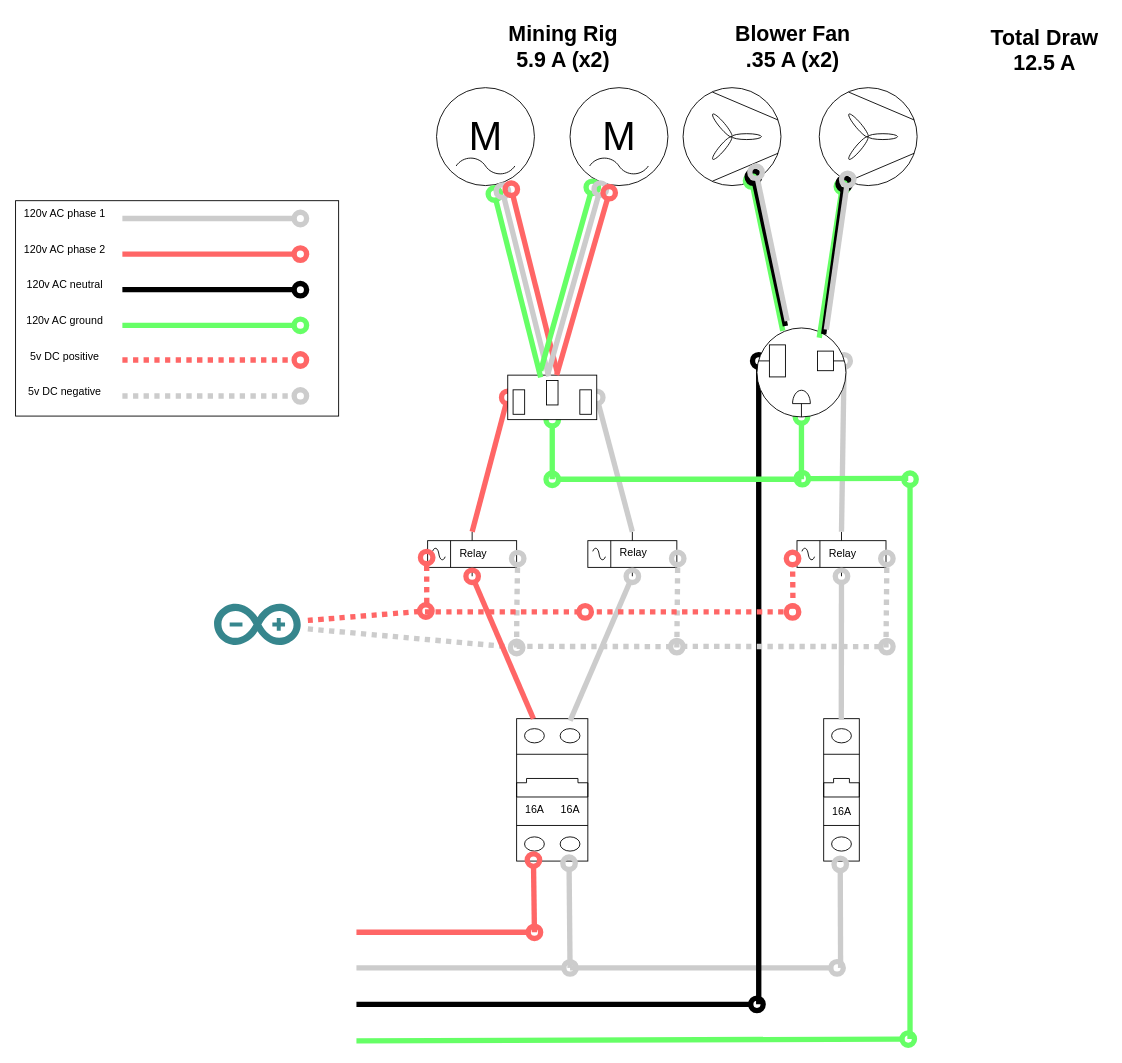
Above: white-board.drawio in sjfcodes/draw-io (draw.io), before the change. Source tidied: cells renumbered, new cells numbered last; positions are measured from the earlier drawing's top-left corner, leaving out a move shared by most shapes. Both pictures are drawn from the tidied source at 89%, with x=0, y=0 at pixel (15, 15).
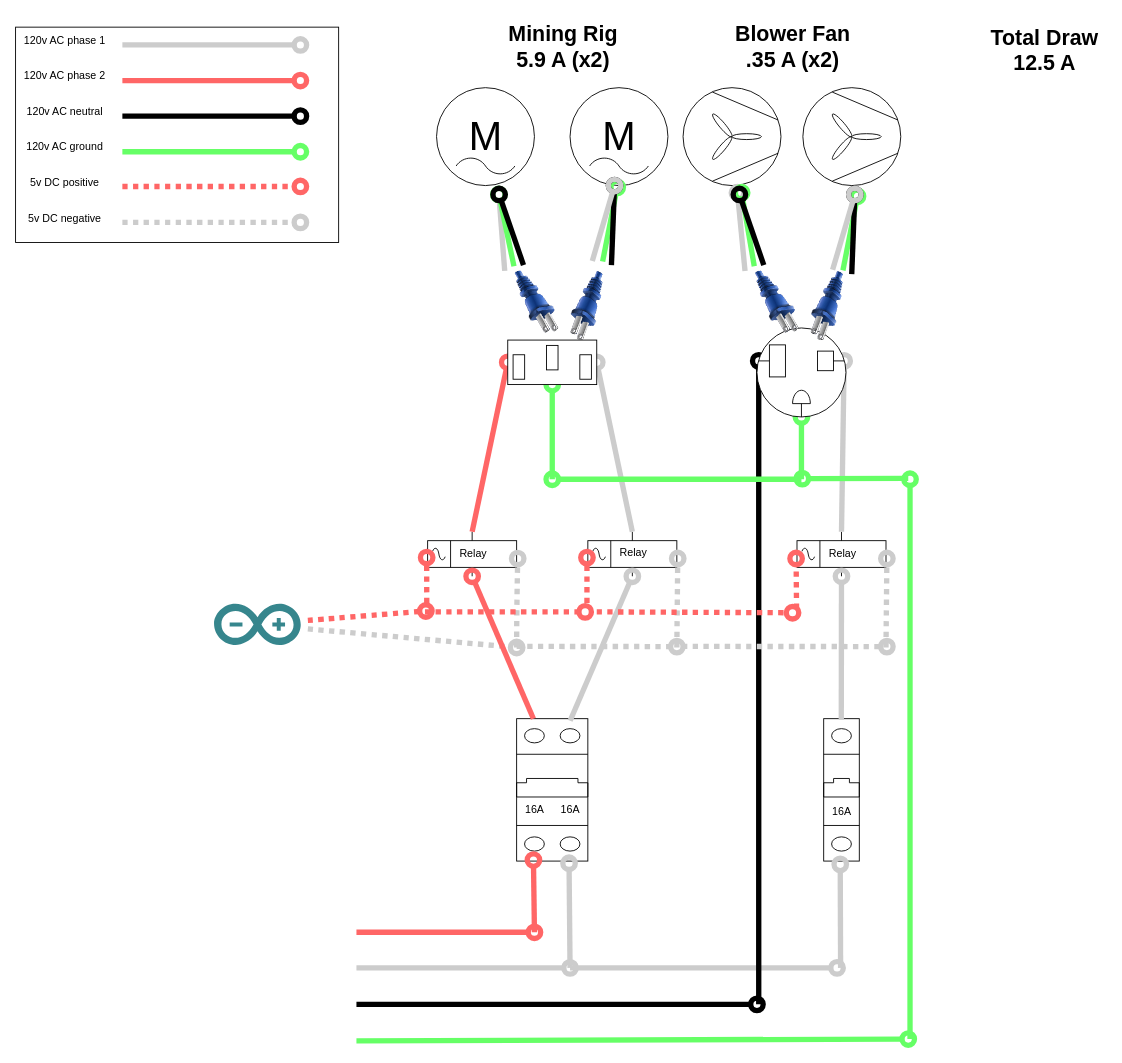
After the change.

The change refers to these unchanged cells:
```xml
<mxCell id="16" style="verticalLabelPosition=bottom;outlineConnect=0;align=center;dashed=0;html=1;verticalAlign=top;shape=mxgraph.pid2misc.fan;fanType=common;" parent="1" vertex="1">
  <mxGeometry x="750" y="81" width="110" height="110" as="geometry" />
</mxCell>
```

What changed in the source:
```diff
@@
     <mxCell id="2" style="rounded=0;whiteSpace=wrap;html=1;" parent="1" vertex="1">
-      <mxGeometry y="208" width="363" height="242" as="geometry" />
+      <mxGeometry y="13" width="363" height="242" as="geometry" />
     </mxCell>
     <mxCell id="3" style="edgeStyle=none;orthogonalLoop=1;jettySize=auto;html=1;rounded=0;endArrow=oval;startSize=14;endSize=14;sourcePerimeterSpacing=8;targetPerimeterSpacing=8;curved=1;strokeWidth=6;endFill=0;strokeColor=#000000;fillColor=#f5f5f5;" parent="1" edge="1">
       <mxGeometry relative="1" as="geometry">
-        <mxPoint x="120" y="308" as="sourcePoint" />
-        <mxPoint x="320" y="308" as="targetPoint" />
+        <mxPoint x="120" y="113" as="sourcePoint" />
+        <mxPoint x="320" y="113" as="targetPoint" />
       </mxGeometry>
     </mxCell>
     <mxCell id="4" style="edgeStyle=none;orthogonalLoop=1;jettySize=auto;html=1;rounded=0;endArrow=oval;startSize=14;endSize=14;sourcePerimeterSpacing=8;targetPerimeterSpacing=8;curved=1;strokeWidth=6;endFill=0;strokeColor=#FF6666;fillColor=#f5f5f5;" parent="1" edge="1">
       <mxGeometry relative="1" as="geometry">
-        <mxPoint x="120" y="268" as="sourcePoint" />
-        <mxPoint x="320" y="268" as="targetPoint" />
+        <mxPoint x="120" y="73" as="sourcePoint" />
+        <mxPoint x="320" y="73" as="targetPoint" />
       </mxGeometry>
     </mxCell>
     <mxCell id="5" style="edgeStyle=none;orthogonalLoop=1;jettySize=auto;html=1;rounded=0;endArrow=oval;startSize=14;endSize=14;sourcePerimeterSpacing=8;targetPerimeterSpacing=8;curved=1;strokeWidth=6;endFill=0;strokeColor=#66FF66;fillColor=#f5f5f5;" parent="1" edge="1">
       <mxGeometry relative="1" as="geometry">
-        <mxPoint x="120" y="348" as="sourcePoint" />
-        <mxPoint x="320" y="348" as="targetPoint" />
+        <mxPoint x="120" y="153" as="sourcePoint" />
+        <mxPoint x="320" y="153" as="targetPoint" />
       </mxGeometry>
     </mxCell>
@@
     <mxCell id="9" style="edgeStyle=none;orthogonalLoop=1;jettySize=auto;html=1;rounded=0;endArrow=oval;startSize=14;endSize=14;sourcePerimeterSpacing=8;targetPerimeterSpacing=8;curved=1;strokeWidth=6;endFill=0;fillColor=none;strokeColor=#CCCCCC;shadow=0;" parent="1" edge="1">
       <mxGeometry relative="1" as="geometry">
-        <mxPoint x="120" y="228" as="sourcePoint" />
-        <mxPoint x="320" y="228" as="targetPoint" />
+        <mxPoint x="120" y="33" as="sourcePoint" />
+        <mxPoint x="320" y="33" as="targetPoint" />
       </mxGeometry>
     </mxCell>
@@
     <mxCell id="17" style="edgeStyle=none;orthogonalLoop=1;jettySize=auto;html=1;rounded=0;endArrow=oval;startSize=14;endSize=14;sourcePerimeterSpacing=8;targetPerimeterSpacing=8;curved=1;strokeWidth=6;endFill=0;strokeColor=#FF6666;fillColor=#f5f5f5;dashed=1;dashPattern=1 1;" parent="1" edge="1">
       <mxGeometry relative="1" as="geometry">
-        <mxPoint x="120" y="387" as="sourcePoint" />
-        <mxPoint x="320" y="387" as="targetPoint" />
+        <mxPoint x="120" y="192" as="sourcePoint" />
+        <mxPoint x="320" y="192" as="targetPoint" />
       </mxGeometry>
     </mxCell>
@@
     <mxCell id="19" value="120v AC phase 1" style="text;html=1;align=center;verticalAlign=middle;strokeColor=none;fillColor=none;" parent="1" vertex="1">
-      <mxGeometry y="208" width="110" height="30" as="geometry" />
+      <mxGeometry y="13" width="110" height="30" as="geometry" />
     </mxCell>
     <mxCell id="20" value="120v AC phase 2" style="text;html=1;align=center;verticalAlign=middle;strokeColor=none;fillColor=none;" parent="1" vertex="1">
-      <mxGeometry y="248" width="110" height="30" as="geometry" />
+      <mxGeometry y="53" width="110" height="30" as="geometry" />
     </mxCell>
     <mxCell id="21" value="120v AC neutral" style="text;html=1;align=center;verticalAlign=middle;strokeColor=none;fillColor=none;" parent="1" vertex="1">
-      <mxGeometry y="288" width="110" height="30" as="geometry" />
+      <mxGeometry y="93" width="110" height="30" as="geometry" />
     </mxCell>
     <mxCell id="22" value="120v AC ground" style="text;html=1;align=center;verticalAlign=middle;strokeColor=none;fillColor=none;" parent="1" vertex="1">
-      <mxGeometry y="328" width="110" height="30" as="geometry" />
+      <mxGeometry y="133" width="110" height="30" as="geometry" />
     </mxCell>
     <mxCell id="23" value="5v DC positive" style="text;html=1;align=center;verticalAlign=middle;strokeColor=none;fillColor=none;" parent="1" vertex="1">
-      <mxGeometry x="5" y="368" width="100" height="30" as="geometry" />
+      <mxGeometry x="5" y="173" width="100" height="30" as="geometry" />
     </mxCell>
     <mxCell id="24" value="5v DC negative" style="text;html=1;align=center;verticalAlign=middle;strokeColor=none;fillColor=none;" parent="1" vertex="1">
-      <mxGeometry y="408" width="110" height="30" as="geometry" />
+      <mxGeometry y="213" width="110" height="30" as="geometry" />
     </mxCell>
@@
     <mxCell id="34" style="edgeStyle=none;orthogonalLoop=1;jettySize=auto;html=1;rounded=0;endArrow=oval;startSize=14;endSize=14;sourcePerimeterSpacing=8;targetPerimeterSpacing=8;curved=1;strokeWidth=6;endFill=0;strokeColor=#CCCCCC;fillColor=#f5f5f5;dashed=1;dashPattern=1 1;" parent="1" edge="1">
       <mxGeometry relative="1" as="geometry">
-        <mxPoint x="120" y="427.4" as="sourcePoint" />
-        <mxPoint x="320" y="427.4" as="targetPoint" />
+        <mxPoint x="120" y="232.4" as="sourcePoint" />
+        <mxPoint x="320" y="232.4" as="targetPoint" />
       </mxGeometry>
     </mxCell>
@@
     <mxCell id="46" style="edgeStyle=none;orthogonalLoop=1;jettySize=auto;html=1;rounded=0;endArrow=oval;startSize=14;endSize=14;sourcePerimeterSpacing=8;targetPerimeterSpacing=8;curved=1;strokeWidth=6;endFill=0;strokeColor=#FF6666;fillColor=#f5f5f5;dashed=1;dashPattern=1 1;" parent="1" edge="1">
       <mxGeometry relative="1" as="geometry">
         <mxPoint x="653" y="670" as="sourcePoint" />
-        <mxPoint x="873" y="670" as="targetPoint" />
+        <mxPoint x="873" y="671" as="targetPoint" />
       </mxGeometry>
     </mxCell>
     <mxCell id="47" style="edgeStyle=none;orthogonalLoop=1;jettySize=auto;html=1;rounded=0;endArrow=oval;startSize=14;endSize=14;sourcePerimeterSpacing=8;targetPerimeterSpacing=8;curved=1;strokeWidth=6;endFill=0;strokeColor=#FF6666;fillColor=#f5f5f5;dashed=1;entryX=-0.035;entryY=0.673;entryDx=0;entryDy=0;entryPerimeter=0;dashPattern=1 1;" parent="1" edge="1">
       <mxGeometry relative="1" as="geometry">
-        <mxPoint x="873.5" y="666.4" as="sourcePoint" />
-        <mxPoint x="873" y="610" as="targetPoint" />
+        <mxPoint x="877.5" y="666.4" as="sourcePoint" />
+        <mxPoint x="877" y="610" as="targetPoint" />
       </mxGeometry>
     </mxCell>
@@
     <mxCell id="59" style="verticalLabelPosition=bottom;shadow=0;dashed=0;align=center;html=1;verticalAlign=top;shape=mxgraph.electrical.miscellaneous.ac_out;" parent="1" vertex="1">
-      <mxGeometry x="553" y="404" width="100" height="50" as="geometry" />
+      <mxGeometry x="553" y="364.6" width="100" height="50" as="geometry" />
     </mxCell>
@@
     <mxCell id="62" style="verticalLabelPosition=bottom;align=center;dashed=0;html=1;verticalAlign=top;shape=mxgraph.pid2misc.fan;fanType=common;" parent="1" vertex="1">
-      <mxGeometry x="903" y="81" width="110" height="110" as="geometry" />
+      <mxGeometry x="884.6" y="81" width="110" height="110" as="geometry" />
     </mxCell>
-    <mxCell id="63" style="group;rotation=-120;" parent="1" vertex="1">
-      <mxGeometry x="863" y="281" width="49" height="25.8" as="geometry" />
-    </mxCell>
-    <mxCell id="64" style="edgeStyle=none;orthogonalLoop=1;jettySize=auto;html=1;rounded=0;endArrow=oval;startSize=14;endSize=14;sourcePerimeterSpacing=8;targetPerimeterSpacing=8;curved=1;strokeWidth=6;endFill=0;strokeColor=#66FF66;fillColor=#f5f5f5;" parent="63" edge="1">
-      <mxGeometry relative="1" as="geometry">
-        <mxPoint x="-1" y="73.3" as="sourcePoint" />
-        <mxPoint x="-36" y="-95.3" as="targetPoint" />
-      </mxGeometry>
-    </mxCell>
-    <mxCell id="65" style="edgeStyle=none;orthogonalLoop=1;jettySize=auto;html=1;rounded=0;endArrow=oval;startSize=14;endSize=14;sourcePerimeterSpacing=8;targetPerimeterSpacing=8;curved=1;strokeWidth=6;endFill=0;strokeColor=#000000;fillColor=#f5f5f5;" parent="63" edge="1">
-      <mxGeometry relative="1" as="geometry">
-        <mxPoint x="2" y="67.8" as="sourcePoint" />
-        <mxPoint x="-34" y="-99.5" as="targetPoint" />
-      </mxGeometry>
-    </mxCell>
-    <mxCell id="66" style="edgeStyle=none;orthogonalLoop=1;jettySize=auto;html=1;rounded=0;endArrow=oval;startSize=14;endSize=14;sourcePerimeterSpacing=8;targetPerimeterSpacing=8;curved=1;strokeWidth=6;endFill=0;fillColor=none;strokeColor=#CCCCCC;shadow=0;" parent="63" edge="1">
-      <mxGeometry relative="1" as="geometry">
-        <mxPoint x="4" y="62.2" as="sourcePoint" />
-        <mxPoint x="-31" y="-105" as="targetPoint" />
-      </mxGeometry>
-    </mxCell>
-    <mxCell id="67" style="group;rotation=-100;" parent="1" vertex="1">
-      <mxGeometry x="923" y="301" width="49" height="25.8" as="geometry" />
-    </mxCell>
-    <mxCell id="68" style="edgeStyle=none;orthogonalLoop=1;jettySize=auto;html=1;rounded=0;endArrow=oval;startSize=14;endSize=14;sourcePerimeterSpacing=8;targetPerimeterSpacing=8;curved=1;strokeWidth=6;endFill=0;strokeColor=#66FF66;fillColor=#f5f5f5;" parent="67" edge="1">
-      <mxGeometry relative="1" as="geometry">
-        <mxPoint x="-20" y="61" as="sourcePoint" />
-        <mxPoint x="6" y="-109" as="targetPoint" />
-      </mxGeometry>
-    </mxCell>
-    <mxCell id="69" style="edgeStyle=none;orthogonalLoop=1;jettySize=auto;html=1;rounded=0;endArrow=oval;startSize=14;endSize=14;sourcePerimeterSpacing=8;targetPerimeterSpacing=8;curved=1;strokeWidth=6;endFill=0;strokeColor=#000000;fillColor=#f5f5f5;" parent="67" edge="1">
-      <mxGeometry relative="1" as="geometry">
-        <mxPoint x="-15" y="57" as="sourcePoint" />
-        <mxPoint x="8" y="-112" as="targetPoint" />
-      </mxGeometry>
-    </mxCell>
-    <mxCell id="70" style="edgeStyle=none;orthogonalLoop=1;jettySize=auto;html=1;rounded=0;endArrow=oval;startSize=14;endSize=14;sourcePerimeterSpacing=8;targetPerimeterSpacing=8;curved=1;strokeWidth=6;endFill=0;fillColor=none;strokeColor=#CCCCCC;shadow=0;" parent="67" edge="1">
-      <mxGeometry relative="1" as="geometry">
-        <mxPoint x="-12" y="52" as="sourcePoint" />
-        <mxPoint x="12" y="-117" as="targetPoint" />
-      </mxGeometry>
-    </mxCell>
-    <mxCell id="71" style="group;rotation=-105;" parent="1" vertex="1">
-      <mxGeometry x="473" y="288" width="200" height="20.4" as="geometry" />
-    </mxCell>
-    <mxCell id="72" style="edgeStyle=none;orthogonalLoop=1;jettySize=auto;html=1;rounded=0;endArrow=oval;startSize=14;endSize=14;sourcePerimeterSpacing=8;targetPerimeterSpacing=8;curved=1;strokeWidth=6;endFill=0;strokeColor=#66FF66;fillColor=#f5f5f5;" parent="71" edge="1">
-      <mxGeometry relative="1" as="geometry">
-        <mxPoint x="117" y="118.5" as="sourcePoint" />
-        <mxPoint x="65" y="-87.5" as="targetPoint" />
-      </mxGeometry>
-    </mxCell>
-    <mxCell id="73" style="edgeStyle=none;orthogonalLoop=1;jettySize=auto;html=1;rounded=0;endArrow=oval;startSize=14;endSize=14;sourcePerimeterSpacing=8;targetPerimeterSpacing=8;curved=1;strokeWidth=6;endFill=0;fillColor=none;strokeColor=#CCCCCC;shadow=0;" parent="71" edge="1">
-      <mxGeometry relative="1" as="geometry">
-        <mxPoint x="126" y="117.4" as="sourcePoint" />
-        <mxPoint x="74" y="-90.7" as="targetPoint" />
-      </mxGeometry>
-    </mxCell>
-    <mxCell id="74" style="edgeStyle=none;orthogonalLoop=1;jettySize=auto;html=1;rounded=0;endArrow=oval;startSize=14;endSize=14;sourcePerimeterSpacing=8;targetPerimeterSpacing=8;curved=1;strokeWidth=6;endFill=0;strokeColor=#FF6666;fillColor=#f5f5f5;" parent="71" edge="1">
-      <mxGeometry relative="1" as="geometry">
-        <mxPoint x="136" y="114.2" as="sourcePoint" />
-        <mxPoint x="84" y="-92.9" as="targetPoint" />
-      </mxGeometry>
-    </mxCell>
-    <mxCell id="75" style="group;rotation=-75;" parent="1" vertex="1">
-      <mxGeometry x="529" y="286" width="200" height="20.4" as="geometry" />
-    </mxCell>
-    <mxCell id="76" style="edgeStyle=none;orthogonalLoop=1;jettySize=auto;html=1;rounded=0;endArrow=oval;startSize=14;endSize=14;sourcePerimeterSpacing=8;targetPerimeterSpacing=8;curved=1;strokeWidth=6;endFill=0;strokeColor=#66FF66;fillColor=#f5f5f5;" parent="75" edge="1">
-      <mxGeometry relative="1" as="geometry">
-        <mxPoint x="61" y="113" as="sourcePoint" />
-        <mxPoint x="119" y="-93" as="targetPoint" />
-      </mxGeometry>
-    </mxCell>
-    <mxCell id="77" style="edgeStyle=none;orthogonalLoop=1;jettySize=auto;html=1;rounded=0;endArrow=oval;startSize=14;endSize=14;sourcePerimeterSpacing=8;targetPerimeterSpacing=8;curved=1;strokeWidth=6;endFill=0;fillColor=none;strokeColor=#CCCCCC;shadow=0;" parent="75" edge="1">
-      <mxGeometry relative="1" as="geometry">
-        <mxPoint x="69" y="117" as="sourcePoint" />
-        <mxPoint x="128" y="-91" as="targetPoint" />
-      </mxGeometry>
-    </mxCell>
-    <mxCell id="78" style="edgeStyle=none;orthogonalLoop=1;jettySize=auto;html=1;rounded=0;endArrow=oval;startSize=14;endSize=14;sourcePerimeterSpacing=8;targetPerimeterSpacing=8;curved=1;strokeWidth=6;endFill=0;strokeColor=#FF6666;fillColor=#f5f5f5;" parent="75" edge="1">
-      <mxGeometry relative="1" as="geometry">
-        <mxPoint x="79" y="118" as="sourcePoint" />
-        <mxPoint x="138" y="-87" as="targetPoint" />
-      </mxGeometry>
-    </mxCell>
@@
+    <mxCell id="83" style="group;" parent="1" vertex="1">
+      <mxGeometry x="813" y="201" width="80" height="160" as="geometry" />
+    </mxCell>
+    <mxCell id="84" style="edgeStyle=none;jettySize=auto;html=1;rounded=0;endArrow=oval;startSize=14;endSize=14;sourcePerimeterSpacing=8;targetPerimeterSpacing=8;curved=1;strokeWidth=6;endFill=0;fillColor=none;strokeColor=#CCCCCC;shadow=0;exitX=0.011;exitY=0.818;exitDx=0;exitDy=0;exitPerimeter=0;" parent="83" edge="1" target="16">
+      <mxGeometry relative="1" as="geometry">
+        <mxPoint x="6.6" y="85.9" as="sourcePoint" />
+      </mxGeometry>
+    </mxCell>
+    <mxCell id="85" style="edgeStyle=none;jettySize=auto;html=1;rounded=0;endArrow=oval;startSize=14;endSize=14;sourcePerimeterSpacing=8;targetPerimeterSpacing=8;curved=1;strokeWidth=6;endFill=0;strokeColor=#66FF66;fillColor=#f5f5f5;exitX=-0.023;exitY=0.507;exitDx=0;exitDy=0;exitPerimeter=0;" parent="83" edge="1" target="16">
+      <mxGeometry relative="1" as="geometry">
+        <mxPoint x="17" y="80.7" as="sourcePoint" />
+      </mxGeometry>
+    </mxCell>
+    <mxCell id="86" style="edgeStyle=none;orthogonalLoop=1;jettySize=auto;html=1;rounded=0;endArrow=oval;startSize=14;endSize=14;sourcePerimeterSpacing=8;targetPerimeterSpacing=8;curved=1;strokeWidth=6;endFill=0;strokeColor=#000000;fillColor=#f5f5f5;exitX=-0.002;exitY=0.215;exitDx=0;exitDy=0;exitPerimeter=0;" parent="83" edge="1">
+      <mxGeometry relative="1" as="geometry">
+        <mxPoint x="27.7" y="79.3" as="sourcePoint" />
+        <mxPoint x="0.3" as="targetPoint" />
+      </mxGeometry>
+    </mxCell>
+    <mxCell id="87" style="image;html=1;image=img/lib/clip_art/general/Plug_128x128.png;rotation=-210;" parent="83" vertex="1">
+      <mxGeometry y="80" width="80" height="80" as="geometry" />
+    </mxCell>
+    <mxCell id="88" style="group;rotation=30;" parent="1" vertex="1">
+      <mxGeometry x="913" y="211" width="53.1" height="153.6" as="geometry" />
+    </mxCell>
+    <mxCell id="89" style="edgeStyle=none;orthogonalLoop=1;jettySize=auto;html=1;rounded=0;endArrow=oval;startSize=14;endSize=14;sourcePerimeterSpacing=8;targetPerimeterSpacing=8;curved=1;strokeWidth=6;endFill=0;strokeColor=#66FF66;fillColor=#f5f5f5;exitX=-0.023;exitY=0.507;exitDx=0;exitDy=0;exitPerimeter=0;" parent="88" edge="1">
+      <mxGeometry relative="1" as="geometry">
+        <mxPoint x="16.6" y="75.3" as="sourcePoint" />
+        <mxPoint x="33" y="-8" as="targetPoint" />
+      </mxGeometry>
+    </mxCell>
+    <mxCell id="90" style="edgeStyle=none;orthogonalLoop=1;jettySize=auto;html=1;rounded=0;endArrow=oval;startSize=14;endSize=14;sourcePerimeterSpacing=8;targetPerimeterSpacing=8;curved=1;strokeWidth=6;endFill=0;strokeColor=#000000;fillColor=#f5f5f5;exitX=-0.002;exitY=0.215;exitDx=0;exitDy=0;exitPerimeter=0;" parent="88" edge="1">
+      <mxGeometry relative="1" as="geometry">
+        <mxPoint x="26.5" y="79.5" as="sourcePoint" />
+        <mxPoint x="30" y="-10" as="targetPoint" />
+      </mxGeometry>
+    </mxCell>
+    <mxCell id="91" style="image;html=1;image=img/lib/clip_art/general/Plug_128x128.png;rotation=-160;" parent="88" vertex="1">
+      <mxGeometry x="-40" y="73.6" width="80" height="80" as="geometry" />
+    </mxCell>
+    <mxCell id="92" style="edgeStyle=none;orthogonalLoop=1;jettySize=auto;html=1;rounded=0;endArrow=oval;startSize=14;endSize=14;sourcePerimeterSpacing=8;targetPerimeterSpacing=8;curved=1;strokeWidth=6;endFill=0;fillColor=none;strokeColor=#CCCCCC;shadow=0;exitX=0.011;exitY=0.818;exitDx=0;exitDy=0;exitPerimeter=0;" parent="1" edge="1">
+      <mxGeometry relative="1" as="geometry">
+        <mxPoint x="918" y="285.7" as="sourcePoint" />
+        <mxPoint x="943" y="201" as="targetPoint" />
+      </mxGeometry>
+    </mxCell>
+    <mxCell id="93" style="edgeStyle=none;orthogonalLoop=1;jettySize=auto;html=1;rounded=0;endArrow=oval;startSize=14;endSize=14;sourcePerimeterSpacing=8;targetPerimeterSpacing=8;curved=1;strokeWidth=6;endFill=0;strokeColor=#FF6666;fillColor=#f5f5f5;dashed=1;entryX=-0.011;entryY=0.579;entryDx=0;entryDy=0;entryPerimeter=0;dashPattern=1 1;" parent="1" edge="1">
+      <mxGeometry relative="1" as="geometry">
+        <mxPoint x="642" y="660" as="sourcePoint" />
+        <mxPoint x="642" y="609" as="targetPoint" />
+      </mxGeometry>
+    </mxCell>
+    <mxCell id="94" style="group;" parent="1" vertex="1">
+      <mxGeometry x="543" y="201" width="140" height="163.6" as="geometry" />
+    </mxCell>
+    <mxCell id="95" style="edgeStyle=none;orthogonalLoop=1;jettySize=auto;html=1;rounded=0;endArrow=oval;startSize=14;endSize=14;sourcePerimeterSpacing=8;targetPerimeterSpacing=8;curved=1;strokeWidth=6;endFill=0;fillColor=none;strokeColor=#CCCCCC;shadow=0;exitX=0.011;exitY=0.818;exitDx=0;exitDy=0;exitPerimeter=0;" parent="94" edge="1">
+      <mxGeometry relative="1" as="geometry">
+        <mxPoint x="6.6" y="85.9" as="sourcePoint" />
+        <mxPoint as="targetPoint" />
+      </mxGeometry>
+    </mxCell>
+    <mxCell id="96" style="edgeStyle=none;orthogonalLoop=1;jettySize=auto;html=1;rounded=0;endArrow=oval;startSize=14;endSize=14;sourcePerimeterSpacing=8;targetPerimeterSpacing=8;curved=1;strokeWidth=6;endFill=0;strokeColor=#66FF66;fillColor=#f5f5f5;exitX=-0.023;exitY=0.507;exitDx=0;exitDy=0;exitPerimeter=0;" parent="94" edge="1">
+      <mxGeometry relative="1" as="geometry">
+        <mxPoint x="17" y="80.7" as="sourcePoint" />
+        <mxPoint as="targetPoint" />
+      </mxGeometry>
+    </mxCell>
+    <mxCell id="97" style="edgeStyle=none;orthogonalLoop=1;jettySize=auto;html=1;rounded=0;endArrow=oval;startSize=14;endSize=14;sourcePerimeterSpacing=8;targetPerimeterSpacing=8;curved=1;strokeWidth=6;endFill=0;strokeColor=#000000;fillColor=#f5f5f5;exitX=-0.002;exitY=0.215;exitDx=0;exitDy=0;exitPerimeter=0;" parent="94" edge="1">
+      <mxGeometry relative="1" as="geometry">
+        <mxPoint x="27.7" y="79.3" as="sourcePoint" />
+        <mxPoint x="0.3" as="targetPoint" />
+      </mxGeometry>
+    </mxCell>
+    <mxCell id="98" style="image;html=1;image=img/lib/clip_art/general/Plug_128x128.png;rotation=-210;" parent="94" vertex="1">
+      <mxGeometry y="80" width="80" height="80" as="geometry" />
+    </mxCell>
+    <mxCell id="99" style="image;html=1;image=img/lib/clip_art/general/Plug_128x128.png;rotation=-160;" parent="94" vertex="1">
+      <mxGeometry x="60" y="83.6" width="80" height="80" as="geometry" />
+    </mxCell>
+    <mxCell id="100" style="group;rotation=30;" parent="1" vertex="1">
+      <mxGeometry x="643" y="201" width="53.1" height="153.6" as="geometry" />
+    </mxCell>
+    <mxCell id="101" style="edgeStyle=none;orthogonalLoop=1;jettySize=auto;html=1;rounded=0;endArrow=oval;startSize=14;endSize=14;sourcePerimeterSpacing=8;targetPerimeterSpacing=8;curved=1;strokeWidth=6;endFill=0;strokeColor=#66FF66;fillColor=#f5f5f5;exitX=-0.023;exitY=0.507;exitDx=0;exitDy=0;exitPerimeter=0;" parent="100" edge="1">
+      <mxGeometry relative="1" as="geometry">
+        <mxPoint x="16.6" y="75.3" as="sourcePoint" />
+        <mxPoint x="33" y="-8" as="targetPoint" />
+      </mxGeometry>
+    </mxCell>
+    <mxCell id="102" style="edgeStyle=none;orthogonalLoop=1;jettySize=auto;html=1;rounded=0;endArrow=oval;startSize=14;endSize=14;sourcePerimeterSpacing=8;targetPerimeterSpacing=8;curved=1;strokeWidth=6;endFill=0;strokeColor=#000000;fillColor=#f5f5f5;exitX=-0.002;exitY=0.215;exitDx=0;exitDy=0;exitPerimeter=0;" parent="100" edge="1">
+      <mxGeometry relative="1" as="geometry">
+        <mxPoint x="26.5" y="79.5" as="sourcePoint" />
+        <mxPoint x="30" y="-10" as="targetPoint" />
+      </mxGeometry>
+    </mxCell>
+    <mxCell id="103" style="edgeStyle=none;orthogonalLoop=1;jettySize=auto;html=1;rounded=0;endArrow=oval;startSize=14;endSize=14;sourcePerimeterSpacing=8;targetPerimeterSpacing=8;curved=1;strokeWidth=6;endFill=0;fillColor=none;strokeColor=#CCCCCC;shadow=0;exitX=0.011;exitY=0.818;exitDx=0;exitDy=0;exitPerimeter=0;" parent="1" edge="1">
+      <mxGeometry relative="1" as="geometry">
+        <mxPoint x="648" y="275.7" as="sourcePoint" />
+        <mxPoint x="673" y="191" as="targetPoint" />
+      </mxGeometry>
+    </mxCell>
```
